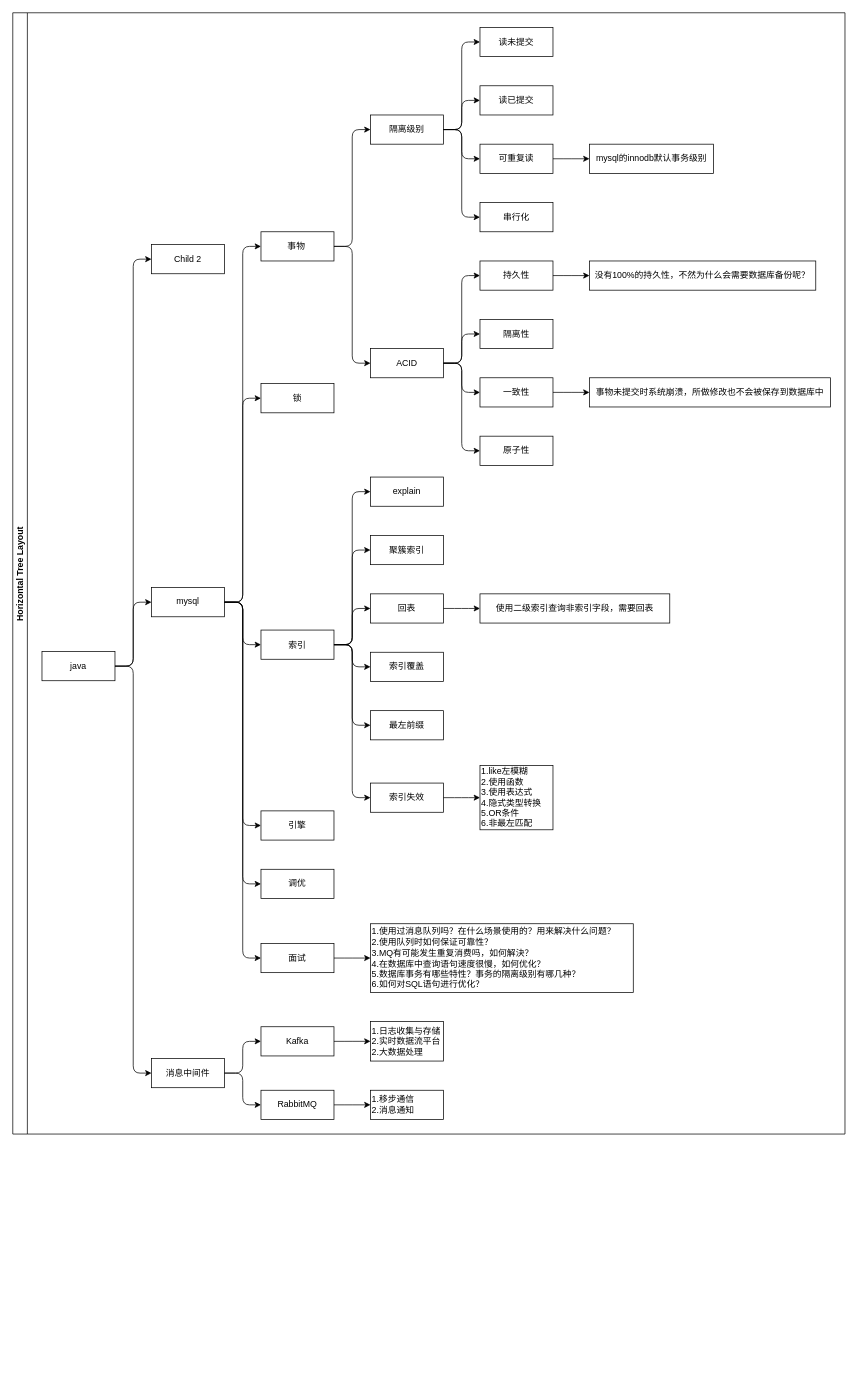
aspojo/diagrams keeps this draw.io diagram as java面经.drawio. Above is the earlier version. Source tidied: cells renumbered, new cells numbered last; positions are measured from the earlier drawing's top-left corner, leaving out a move shared by most shapes. Both pictures are drawn from the tidied source at 73%, with x=0, y=0 at pixel (12, 12).
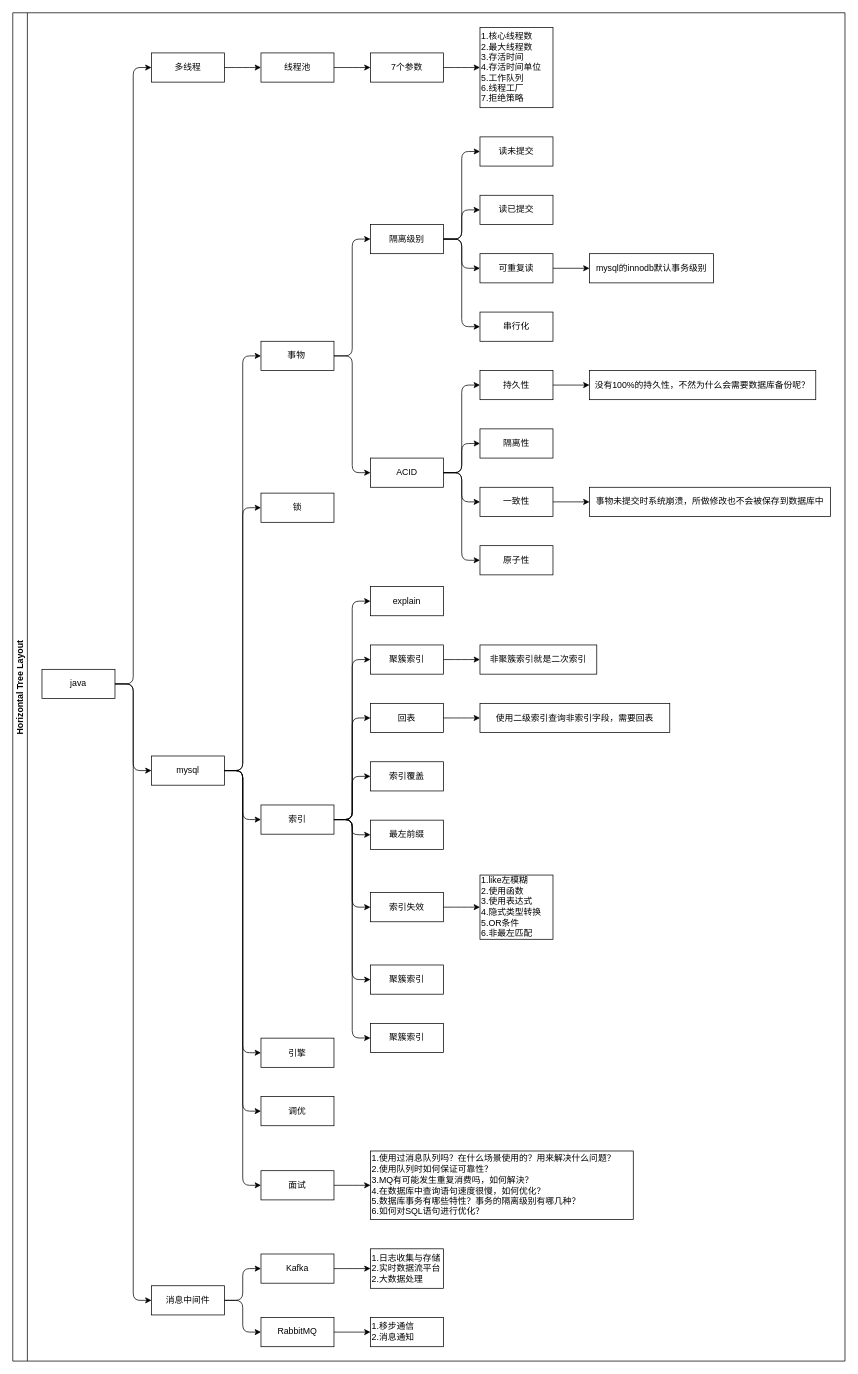
The same diagram, later.

Change to the diagram source:
```diff
@@
     <mxCell id="2" value="Horizontal Tree Layout" style="swimlane;startSize=20;horizontal=0;horizontalTree=1;containerType=tree;fontSize=12;align=center;" parent="1" vertex="1">
-      <mxGeometry width="1140" height="1536" as="geometry" />
+      <mxGeometry width="1140" height="1847" as="geometry" />
     </mxCell>
     <mxCell id="3" value="java" style="whiteSpace=wrap;html=1;align=center;" parent="2" vertex="1">
-      <mxGeometry x="40" y="875" width="100" height="40" as="geometry" />
+      <mxGeometry x="40" y="899.4" width="100" height="40" as="geometry" />
     </mxCell>
     <mxCell id="4" value="mysql" style="whiteSpace=wrap;html=1;align=center;" parent="2" vertex="1">
-      <mxGeometry x="190" y="787.4" width="100" height="40" as="geometry" />
+      <mxGeometry x="190" y="1018.1" width="100" height="40" as="geometry" />
     </mxCell>
@@
-    <mxCell id="6" value="Child 2" style="whiteSpace=wrap;html=1;align=center;" parent="2" vertex="1">
-      <mxGeometry x="190" y="317.5" width="100" height="40" as="geometry" />
+    <mxCell id="6" value="多线程" style="whiteSpace=wrap;html=1;align=center;" parent="2" vertex="1">
+      <mxGeometry x="190" y="55" width="100" height="40" as="geometry" />
     </mxCell>
@@
     <mxCell id="9" value="事物&lt;span style=&quot;white-space: pre;&quot;&gt;&#9;&lt;/span&gt;" style="whiteSpace=wrap;html=1;align=center;" parent="2" vertex="1">
-      <mxGeometry x="340" y="300" width="100" height="40" as="geometry" />
+      <mxGeometry x="340" y="450" width="100" height="40" as="geometry" />
     </mxCell>
@@
     <mxCell id="11" value="锁" style="whiteSpace=wrap;html=1;align=center;" parent="2" vertex="1">
-      <mxGeometry x="340" y="508" width="100" height="40" as="geometry" />
+      <mxGeometry x="340" y="658" width="100" height="40" as="geometry" />
     </mxCell>
@@
     <mxCell id="13" value="索引" style="whiteSpace=wrap;html=1;align=center;" parent="2" vertex="1">
-      <mxGeometry x="340" y="845.6" width="100" height="40" as="geometry" />
+      <mxGeometry x="340" y="1085.2" width="100" height="40" as="geometry" />
     </mxCell>
@@
     <mxCell id="15" value="隔离级别" style="whiteSpace=wrap;html=1;align=center;" parent="2" vertex="1">
-      <mxGeometry x="490" y="140" width="100" height="40" as="geometry" />
+      <mxGeometry x="490" y="290" width="100" height="40" as="geometry" />
     </mxCell>
@@
     <mxCell id="17" value="读未提交" style="whiteSpace=wrap;html=1;align=center;" parent="2" vertex="1">
-      <mxGeometry x="640" y="20" width="100" height="40" as="geometry" />
+      <mxGeometry x="640" y="170" width="100" height="40" as="geometry" />
     </mxCell>
@@
     <mxCell id="19" value="读已提交" style="whiteSpace=wrap;html=1;align=center;" parent="2" vertex="1">
-      <mxGeometry x="640" y="100" width="100" height="40" as="geometry" />
+      <mxGeometry x="640" y="250" width="100" height="40" as="geometry" />
     </mxCell>
@@
     <mxCell id="21" value="可重复读" style="whiteSpace=wrap;html=1;align=center;" parent="2" vertex="1">
-      <mxGeometry x="640" y="180" width="100" height="40" as="geometry" />
+      <mxGeometry x="640" y="330" width="100" height="40" as="geometry" />
     </mxCell>
@@
     <mxCell id="23" value="串行化" style="whiteSpace=wrap;html=1;align=center;" parent="2" vertex="1">
-      <mxGeometry x="640" y="260" width="100" height="40" as="geometry" />
+      <mxGeometry x="640" y="410" width="100" height="40" as="geometry" />
     </mxCell>
@@
     <mxCell id="25" value="mysql的innodb默认事务级别" style="whiteSpace=wrap;html=1;align=center;" parent="2" vertex="1">
-      <mxGeometry x="790" y="180" width="170" height="40" as="geometry" />
+      <mxGeometry x="790" y="330" width="170" height="40" as="geometry" />
     </mxCell>
@@
     <mxCell id="27" value="explain" style="whiteSpace=wrap;html=1;align=center;" parent="2" vertex="1">
-      <mxGeometry x="490" y="636" width="100" height="40" as="geometry" />
+      <mxGeometry x="490" y="786" width="100" height="40" as="geometry" />
     </mxCell>
@@
     <mxCell id="29" value="ACID" style="whiteSpace=wrap;html=1;align=center;" parent="2" vertex="1">
-      <mxGeometry x="490" y="460" width="100" height="40" as="geometry" />
+      <mxGeometry x="490" y="610" width="100" height="40" as="geometry" />
     </mxCell>
@@
     <mxCell id="31" value="消息中间件" style="whiteSpace=wrap;html=1;align=center;" parent="2" vertex="1">
-      <mxGeometry x="190" y="1432.5" width="100" height="40" as="geometry" />
+      <mxGeometry x="190" y="1743.8" width="100" height="40" as="geometry" />
     </mxCell>
@@
     <mxCell id="33" value="引擎" style="whiteSpace=wrap;html=1;align=center;" parent="2" vertex="1">
-      <mxGeometry x="340" y="1093.3" width="100" height="40" as="geometry" />
+      <mxGeometry x="340" y="1404.6" width="100" height="40" as="geometry" />
     </mxCell>
@@
     <mxCell id="35" value="Kafka" style="whiteSpace=wrap;html=1;align=center;" parent="2" vertex="1">
-      <mxGeometry x="340" y="1389" width="100" height="40" as="geometry" />
+      <mxGeometry x="340" y="1700.3" width="100" height="40" as="geometry" />
     </mxCell>
@@
     <mxCell id="37" value="调优" style="whiteSpace=wrap;html=1;align=center;" parent="2" vertex="1">
-      <mxGeometry x="340" y="1173.3" width="100" height="40" as="geometry" />
+      <mxGeometry x="340" y="1484.6" width="100" height="40" as="geometry" />
     </mxCell>
@@
     <mxCell id="39" value="面试" style="whiteSpace=wrap;html=1;align=center;" parent="2" vertex="1">
-      <mxGeometry x="340" y="1274.9" width="100" height="40" as="geometry" />
+      <mxGeometry x="340" y="1586.2" width="100" height="40" as="geometry" />
     </mxCell>
@@
     <mxCell id="41" value="&lt;div&gt;1.&lt;span style=&quot;background-color: initial;&quot;&gt;使用过消息队列吗？在什么场景使用的？用来解决什么问题？&lt;/span&gt;&lt;/div&gt;&lt;div&gt;2.&lt;span style=&quot;background-color: initial;&quot;&gt;使用队列时如何保证可靠性？&lt;/span&gt;&lt;/div&gt;&lt;div&gt;3.&lt;span style=&quot;background-color: initial;&quot;&gt;MQ有可能发生重复消费吗，如何解決？&lt;/span&gt;&lt;/div&gt;&lt;div&gt;4.&lt;span style=&quot;background-color: initial;&quot;&gt;在数据库中查询语句速度很慢，如何优化？&lt;/span&gt;&lt;/div&gt;&lt;div&gt;5.数据库事务有哪些特性？事务的隔离级别有哪几种？&lt;/div&gt;&lt;div&gt;6.&lt;span style=&quot;background-color: initial;&quot;&gt;如何对SQL语句进行优化？&lt;/span&gt;&lt;/div&gt;" style="whiteSpace=wrap;html=1;align=left;" parent="2" vertex="1">
-      <mxGeometry x="490" y="1247.9" width="360" height="94" as="geometry" />
+      <mxGeometry x="490" y="1559.2" width="360" height="94" as="geometry" />
     </mxCell>
@@
     <mxCell id="43" value="原子性" style="whiteSpace=wrap;html=1;align=center;" parent="2" vertex="1">
-      <mxGeometry x="640" y="580" width="100" height="40" as="geometry" />
+      <mxGeometry x="640" y="730" width="100" height="40" as="geometry" />
     </mxCell>
@@
     <mxCell id="45" value="一致性" style="whiteSpace=wrap;html=1;align=center;" parent="2" vertex="1">
-      <mxGeometry x="640" y="500" width="100" height="40" as="geometry" />
+      <mxGeometry x="640" y="650" width="100" height="40" as="geometry" />
     </mxCell>
@@
     <mxCell id="47" value="隔离性" style="whiteSpace=wrap;html=1;align=center;" parent="2" vertex="1">
-      <mxGeometry x="640" y="420" width="100" height="40" as="geometry" />
+      <mxGeometry x="640" y="570" width="100" height="40" as="geometry" />
     </mxCell>
@@
     <mxCell id="49" value="持久性" style="whiteSpace=wrap;html=1;align=center;" parent="2" vertex="1">
-      <mxGeometry x="640" y="340" width="100" height="40" as="geometry" />
+      <mxGeometry x="640" y="490" width="100" height="40" as="geometry" />
     </mxCell>
@@
     <mxCell id="51" value="没有100%的持久性，不然为什么会需要数据库备份呢？" style="whiteSpace=wrap;html=1;align=center;" parent="2" vertex="1">
-      <mxGeometry x="790" y="340" width="310" height="40" as="geometry" />
+      <mxGeometry x="790" y="490" width="310" height="40" as="geometry" />
     </mxCell>
@@
     <mxCell id="53" value="事物未提交时系统崩溃，所做修改也不会被保存到数据库中" style="whiteSpace=wrap;html=1;align=center;" parent="2" vertex="1">
-      <mxGeometry x="790" y="500" width="330" height="40" as="geometry" />
+      <mxGeometry x="790" y="650" width="330" height="40" as="geometry" />
     </mxCell>
@@
     <mxCell id="55" value="聚簇索引" style="whiteSpace=wrap;html=1;align=center;" parent="2" vertex="1">
-      <mxGeometry x="490" y="716" width="100" height="40" as="geometry" />
+      <mxGeometry x="490" y="866" width="100" height="40" as="geometry" />
     </mxCell>
@@
     <mxCell id="57" value="回表" style="whiteSpace=wrap;html=1;align=center;" parent="2" vertex="1">
-      <mxGeometry x="490" y="796" width="100" height="40" as="geometry" />
+      <mxGeometry x="490" y="946" width="100" height="40" as="geometry" />
     </mxCell>
@@
     <mxCell id="59" value="使用二级索引查询非索引字段，需要回表" style="whiteSpace=wrap;html=1;align=center;" parent="2" vertex="1">
-      <mxGeometry x="640" y="796" width="260" height="40" as="geometry" />
+      <mxGeometry x="640" y="946" width="260" height="40" as="geometry" />
     </mxCell>
@@
     <mxCell id="61" value="索引覆盖" style="whiteSpace=wrap;html=1;align=center;" parent="2" vertex="1">
-      <mxGeometry x="490" y="876" width="100" height="40" as="geometry" />
+      <mxGeometry x="490" y="1026" width="100" height="40" as="geometry" />
     </mxCell>
@@
     <mxCell id="63" value="最左前缀" style="whiteSpace=wrap;html=1;align=center;" parent="2" vertex="1">
-      <mxGeometry x="490" y="956" width="100" height="40" as="geometry" />
+      <mxGeometry x="490" y="1106" width="100" height="40" as="geometry" />
     </mxCell>
@@
     <mxCell id="65" value="1.日志收集与存储&lt;div&gt;2.实时数据流平台&lt;br&gt;2.大数据处理&lt;/div&gt;" style="whiteSpace=wrap;html=1;align=left;" parent="2" vertex="1">
-      <mxGeometry x="490" y="1381.9" width="100" height="54.1" as="geometry" />
+      <mxGeometry x="490" y="1693.2" width="100" height="54.1" as="geometry" />
     </mxCell>
@@
     <mxCell id="67" value="RabbitMQ" style="whiteSpace=wrap;html=1;align=center;" parent="2" vertex="1">
-      <mxGeometry x="340" y="1476" width="100" height="40" as="geometry" />
+      <mxGeometry x="340" y="1787.3" width="100" height="40" as="geometry" />
     </mxCell>
@@
     <mxCell id="69" value="1.移步通信&lt;div&gt;2.消息通知&lt;/div&gt;" style="whiteSpace=wrap;html=1;align=left;" parent="2" vertex="1">
-      <mxGeometry x="490" y="1476" width="100" height="40" as="geometry" />
+      <mxGeometry x="490" y="1787.3" width="100" height="40" as="geometry" />
     </mxCell>
@@
     <mxCell id="71" value="索引失效" style="whiteSpace=wrap;html=1;align=center;" parent="2" vertex="1">
-      <mxGeometry x="490" y="1055.2" width="100" height="40" as="geometry" />
+      <mxGeometry x="490" y="1205.2" width="100" height="40" as="geometry" />
     </mxCell>
@@
     <mxCell id="73" value="1.like左模糊&lt;div&gt;2.使用函数&lt;/div&gt;&lt;div&gt;3.使用表达式&lt;/div&gt;&lt;div&gt;4.隐式类型转换&lt;/div&gt;&lt;div&gt;5.OR条件&lt;/div&gt;&lt;div&gt;6.非最左匹配&lt;br&gt;&lt;/div&gt;" style="whiteSpace=wrap;html=1;align=left;" parent="2" vertex="1">
-      <mxGeometry x="640" y="1031.2" width="100" height="88" as="geometry" />
+      <mxGeometry x="640" y="1181.2" width="100" height="88" as="geometry" />
     </mxCell>
+    <mxCell id="74" style="edgeStyle=elbowEdgeStyle;elbow=horizontal;html=1;rounded=1;curved=0;sourcePerimeterSpacing=0;targetPerimeterSpacing=0;startSize=6;endSize=6;align=center;" parent="2" edge="1" source="55" target="75">
+      <mxGeometry relative="1" as="geometry" />
+    </mxCell>
+    <mxCell id="75" value="非聚簇索引就是二次索引" style="whiteSpace=wrap;html=1;align=center;" parent="2" vertex="1">
+      <mxGeometry x="640" y="866" width="160" height="40" as="geometry" />
+    </mxCell>
+    <mxCell id="76" style="edgeStyle=elbowEdgeStyle;elbow=horizontal;html=1;rounded=1;curved=0;sourcePerimeterSpacing=0;targetPerimeterSpacing=0;startSize=6;endSize=6;align=center;" parent="2" edge="1" source="13" target="77">
+      <mxGeometry relative="1" as="geometry" />
+    </mxCell>
+    <mxCell id="77" value="聚簇索引" style="whiteSpace=wrap;html=1;align=center;" parent="2" vertex="1">
+      <mxGeometry x="490" y="1304.4" width="100" height="40" as="geometry" />
+    </mxCell>
+    <mxCell id="78" style="edgeStyle=elbowEdgeStyle;elbow=horizontal;html=1;rounded=1;curved=0;sourcePerimeterSpacing=0;targetPerimeterSpacing=0;startSize=6;endSize=6;align=center;" parent="2" edge="1" source="13" target="79">
+      <mxGeometry relative="1" as="geometry" />
+    </mxCell>
+    <mxCell id="79" value="聚簇索引" style="whiteSpace=wrap;html=1;align=center;" parent="2" vertex="1">
+      <mxGeometry x="490" y="1384.4" width="100" height="40" as="geometry" />
+    </mxCell>
+    <mxCell id="80" style="edgeStyle=elbowEdgeStyle;elbow=horizontal;html=1;rounded=1;curved=0;sourcePerimeterSpacing=0;targetPerimeterSpacing=0;startSize=6;endSize=6;align=center;" parent="2" edge="1" source="6" target="81">
+      <mxGeometry relative="1" as="geometry" />
+    </mxCell>
+    <mxCell id="81" value="线程池" style="whiteSpace=wrap;html=1;align=center;" parent="2" vertex="1">
+      <mxGeometry x="340" y="55" width="100" height="40" as="geometry" />
+    </mxCell>
+    <mxCell id="82" style="edgeStyle=elbowEdgeStyle;elbow=horizontal;html=1;rounded=1;curved=0;sourcePerimeterSpacing=0;targetPerimeterSpacing=0;startSize=6;endSize=6;align=center;" parent="2" edge="1" source="81" target="83">
+      <mxGeometry relative="1" as="geometry" />
+    </mxCell>
+    <mxCell id="83" value="7个参数" style="whiteSpace=wrap;html=1;align=center;" parent="2" vertex="1">
+      <mxGeometry x="490" y="55" width="100" height="40" as="geometry" />
+    </mxCell>
+    <mxCell id="84" style="edgeStyle=elbowEdgeStyle;elbow=horizontal;html=1;rounded=1;curved=0;sourcePerimeterSpacing=0;targetPerimeterSpacing=0;startSize=6;endSize=6;align=center;" parent="2" edge="1" source="83" target="85">
+      <mxGeometry relative="1" as="geometry" />
+    </mxCell>
+    <mxCell id="85" value="1.核心线程数&lt;div&gt;2.最大线程数&lt;/div&gt;&lt;div&gt;3.存活时间&lt;/div&gt;&lt;div&gt;4.存活时间单位&lt;/div&gt;&lt;div&gt;5.工作队列&lt;/div&gt;&lt;div&gt;6.线程工厂&lt;/div&gt;&lt;div&gt;7.拒绝策略&lt;/div&gt;" style="whiteSpace=wrap;html=1;align=left;" parent="2" vertex="1">
+      <mxGeometry x="640" y="20" width="100" height="110" as="geometry" />
+    </mxCell>
```
